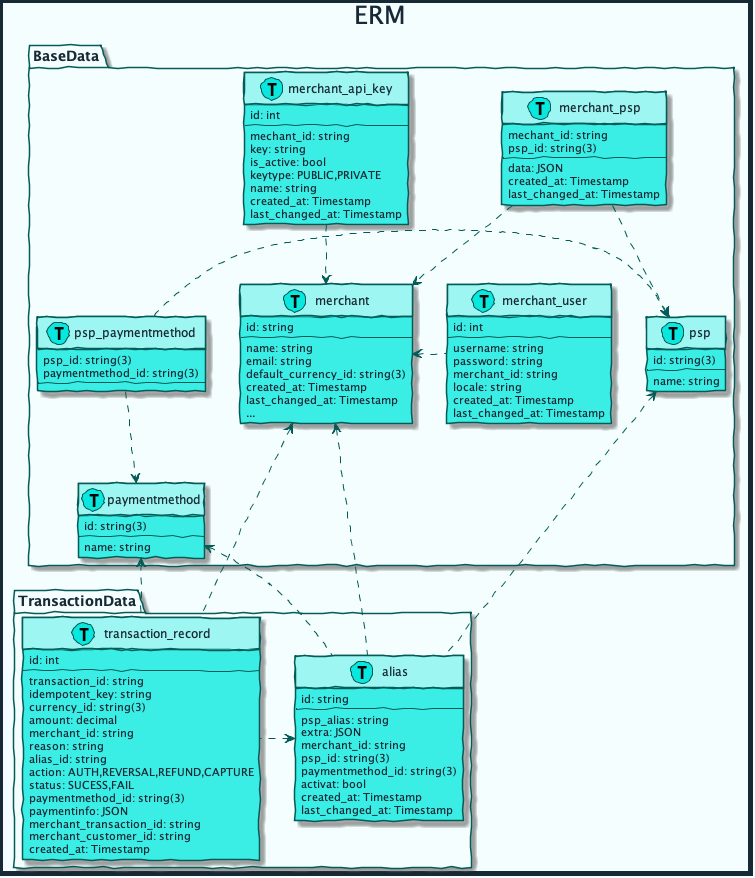
The PlantUML diagram diagrams/out/erm.png in mobilabsolutions/stash-sdk-wiki, before a commit.
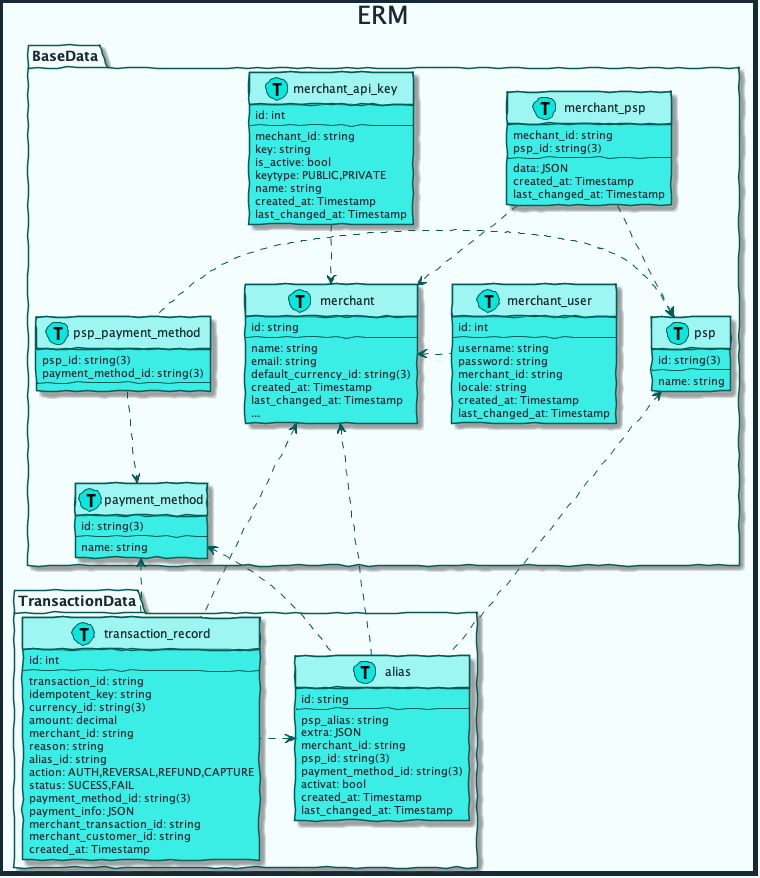
Later version of the same file.

Commit message:
paymentmethod to payment_methode

Diff of the diagram source:
```diff
@@ -54,15 +54,15 @@
         name: string
     }
 
-    class paymentmethod << (T, #08E8DE) >>{
+    class payment_method << (T, #08E8DE) >>{
         id: string(3)
         --
         name: string
     }
 
-    class psp_paymentmethod << (T, #08E8DE) >>{
+    class psp_payment_method << (T, #08E8DE) >>{
         psp_id: string(3)
-        paymentmethod_id: string(3)
+        payment_method_id: string(3)
         --
     }
 
@@ -113,8 +113,8 @@
     merchant_psp .-> psp
     merchant_api_key .-> merchant
     merchant <. merchant_user
-    psp_paymentmethod .-> paymentmethod
-    psp <. psp_paymentmethod
+    psp_payment_method .-> payment_method
+    psp <. psp_payment_method
 }
 
 package TransactionData {
@@ -125,7 +125,7 @@
         extra: JSON
         merchant_id: string
         psp_id: string(3)
-        paymentmethod_id: string(3)
+        payment_method_id: string(3)
         activat: bool
         created_at: Timestamp
         last_changed_at: Timestamp
@@ -143,8 +143,8 @@
         alias_id: string
         action: AUTH,REVERSAL,REFUND,CAPTURE
         status: SUCESS,FAIL
-        paymentmethod_id: string(3)
-        paymentinfo: JSON
+        payment_method_id: string(3)
+        payment_info: JSON
         merchant_transaction_id: string
         merchant_customer_id: string
         created_at: Timestamp
@@ -153,10 +153,10 @@
     alias <. transaction_record
 }
 
-paymentmethod <.- alias
+payment_method <.- alias
 merchant <.- alias
 psp <.- alias
-paymentmethod <.- transaction_record
+payment_method <.- transaction_record
 merchant <.- transaction_record
 
 @enduml
```
